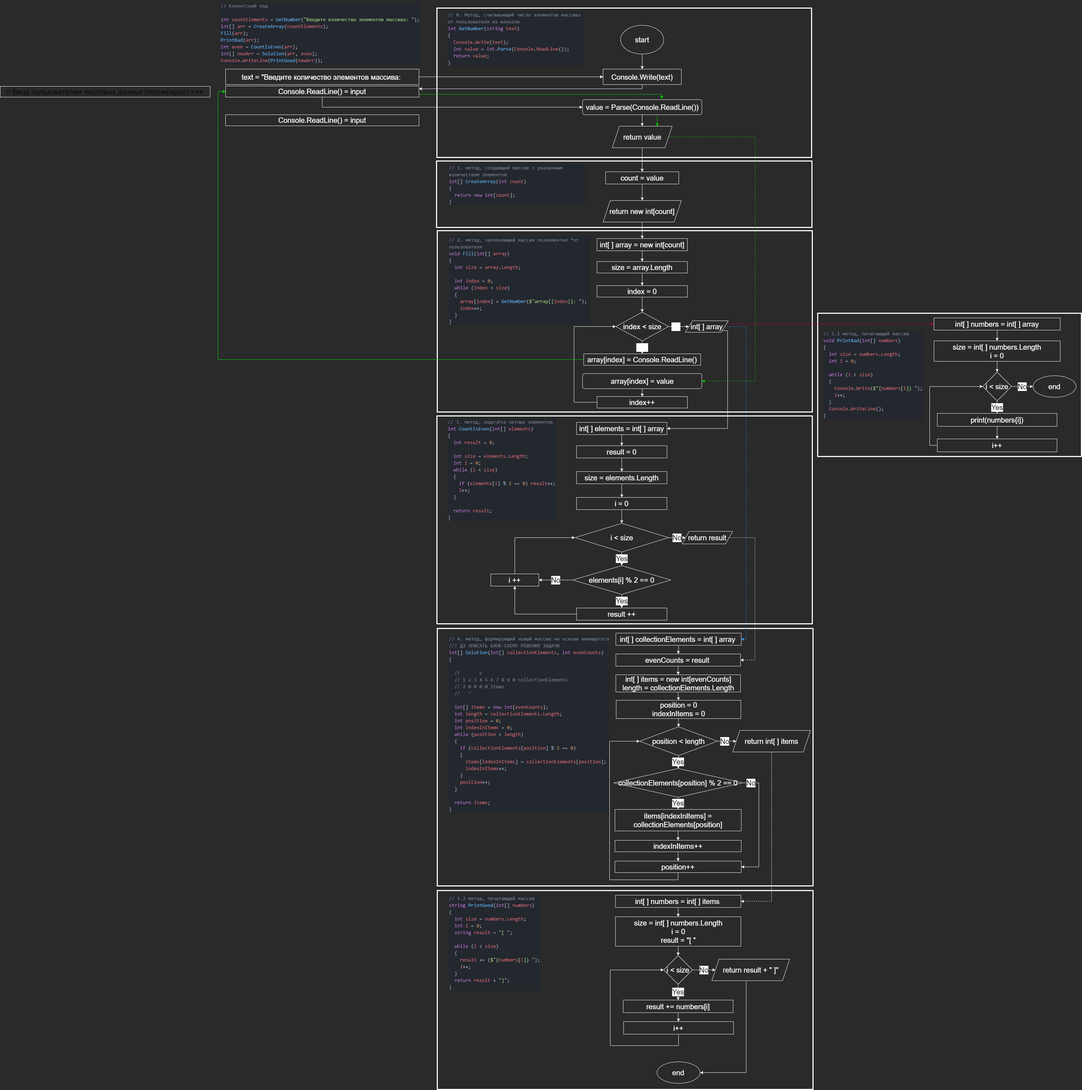
Above: Homework03/Scheme_description/scheme.drawio.png in AKC1990/C_sharp_homeworks (draw.io), before the change. Source tidied: cells renumbered, new cells last; positions are measured from the earlier drawing's top-left corner, leaving out a move shared by most shapes.
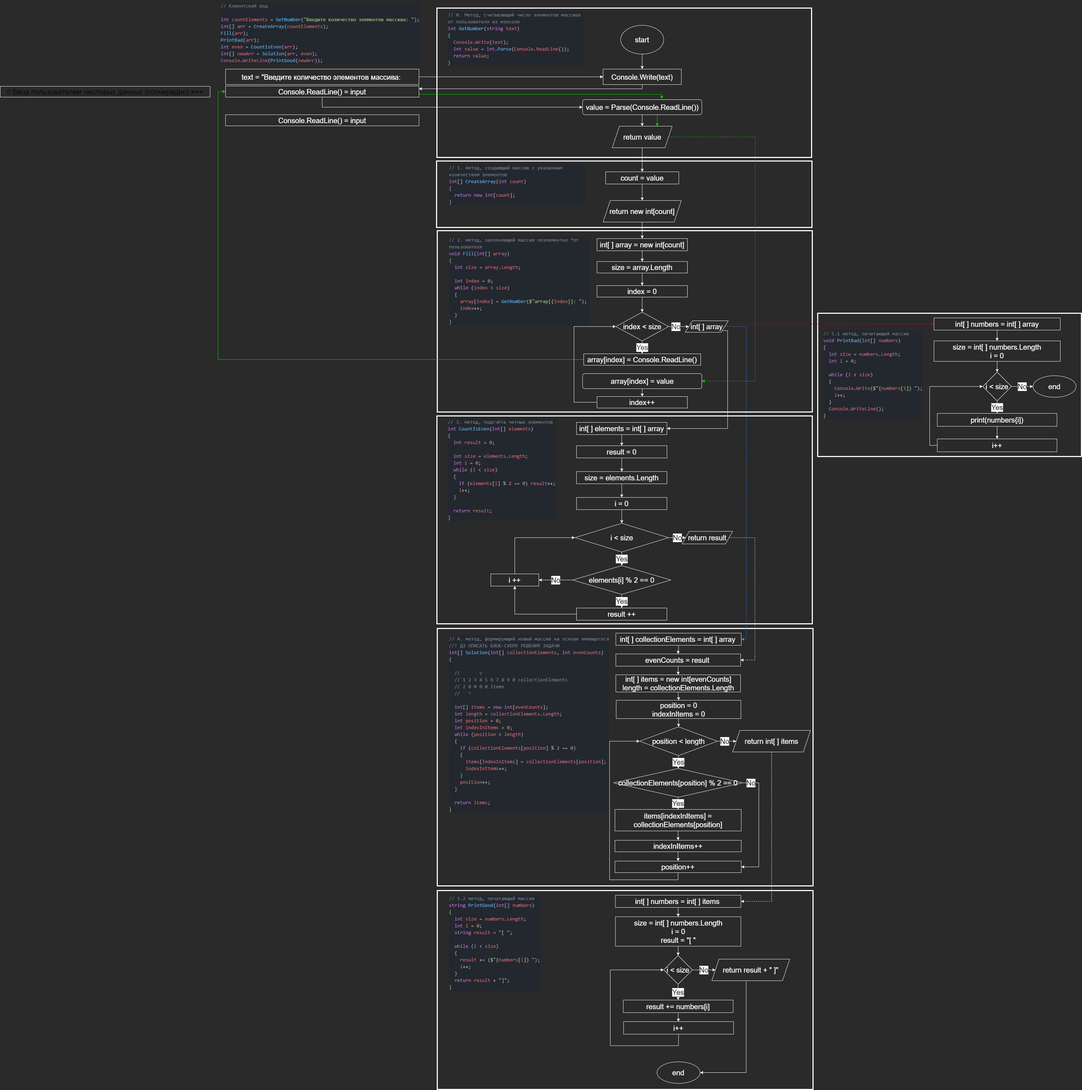
The same file after the commit.

The edit, as a diff of the source:
```diff
@@ -100,10 +100,10 @@
     <mxCell id="32" value="index = 0" style="rounded=0;whiteSpace=wrap;html=1;fontSize=20;strokeColor=#FFFFFF;fillColor=#2A2A2A;fontColor=#FFFFFF;" parent="1" vertex="1">
       <mxGeometry x="1663" y="795" width="252" height="32" as="geometry" />
     </mxCell>
-    <mxCell id="33" value="&lt;font color=&quot;#ffffff&quot;&gt;No&lt;/font&gt;" style="edgeStyle=orthogonalEdgeStyle;rounded=0;html=1;fontSize=20;strokeColor=#FFFFFF;entryX=0;entryY=0.5;entryDx=0;entryDy=0;" parent="1" edge="1" source="35" target="43">
+    <mxCell id="33" value="&lt;font color=&quot;#2a2a2a&quot;&gt;No&lt;/font&gt;" style="edgeStyle=orthogonalEdgeStyle;rounded=0;html=1;fontSize=20;strokeColor=#FFFFFF;entryX=0;entryY=0.5;entryDx=0;entryDy=0;" parent="1" edge="1" source="35" target="43">
       <mxGeometry x="-0.27" relative="1" as="geometry" />
     </mxCell>
-    <mxCell id="34" value="&lt;font color=&quot;#ffffff&quot;&gt;Yes&lt;/font&gt;" style="edgeStyle=orthogonalEdgeStyle;rounded=0;html=1;exitX=0.5;exitY=1;exitDx=0;exitDy=0;entryX=0.5;entryY=0;entryDx=0;entryDy=0;fontSize=20;strokeColor=#FFFFFF;" parent="1" edge="1" source="35" target="109">
+    <mxCell id="34" value="&lt;font color=&quot;#2a2a2a&quot; style=&quot;background-color: rgb(255 , 255 , 255)&quot;&gt;Yes&lt;/font&gt;" style="edgeStyle=orthogonalEdgeStyle;rounded=0;html=1;exitX=0.5;exitY=1;exitDx=0;exitDy=0;entryX=0.5;entryY=0;entryDx=0;entryDy=0;fontSize=20;strokeColor=#FFFFFF;" parent="1" edge="1" source="35" target="109">
       <mxGeometry relative="1" as="geometry" />
     </mxCell>
     <mxCell id="35" value="index &amp;lt; size" style="rhombus;whiteSpace=wrap;html=1;fontSize=20;rounded=0;strokeColor=#FFFFFF;fillColor=#2A2A2A;fontColor=#FFFFFF;" parent="1" vertex="1">
```
